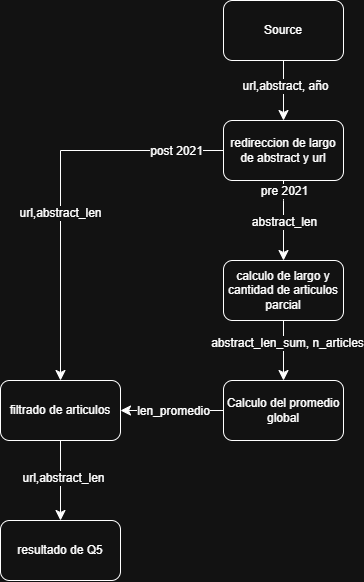
Above: diseño/diagramas/DAG_Q5.png in LuccaMarino/tp-grupal_Distribuidos (draw.io), before the change. Source tidied: cells renumbered, new cells last; positions are measured from the earlier drawing's top-left corner, leaving out a move shared by most shapes.
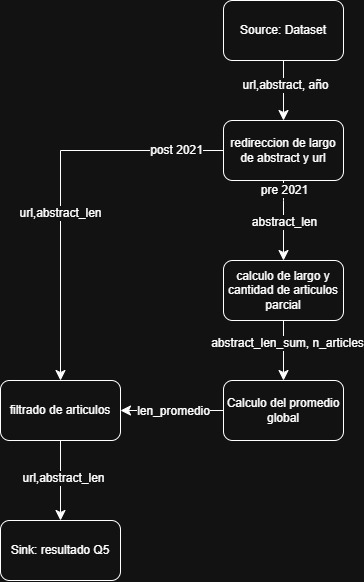
The same file after the commit.

Diff of the diagram source:
```diff
@@ -2,15 +2,15 @@
   <root>
     <mxCell id="0" />
     <mxCell id="1" parent="0" />
-    <mxCell id="2" style="edgeStyle=none;curved=1;rounded=0;curveGeometry=1;jettySize=auto;html=1;fontSize=12;startSize=8;endSize=8;" parent="1" edge="1" source="4" target="8">
-      <mxGeometry relative="1" as="geometry" />
-    </mxCell>
+    <mxCell id="22" style="edgeStyle=none;curved=1;rounded=0;curveGeometry=1;jettySize=auto;html=1;fontSize=12;startSize=8;endSize=8;" parent="1" edge="1" source="23" target="8">
+      <mxGeometry relative="1" as="geometry" />
+    </mxCell>
-    <mxCell id="3" value="url,abstract, año" style="edgeLabel;html=1;align=center;verticalAlign=middle;fontSize=12;" parent="2" vertex="1">
+    <mxCell id="3" value="url,abstract, año" style="edgeLabel;html=1;align=center;verticalAlign=middle;fontSize=12;" parent="22" vertex="1">
       <mxGeometry x="-0.18" y="1" relative="1" as="geometry" />
     </mxCell>
-    <mxCell id="4" value="Source" style="rounded=1;whiteSpace=wrap;html=1;roundedPerimeter=1;" parent="1" vertex="1">
-      <mxGeometry x="223" width="120" height="60" as="geometry" />
-    </mxCell>
+    <mxCell id="23" value="Source: Dataset" style="rounded=1;whiteSpace=wrap;html=1;roundedPerimeter=1;" parent="1" vertex="1">
+      <mxGeometry x="223" width="120" height="60" as="geometry" />
+    </mxCell>
     <mxCell id="5" style="edgeStyle=none;curved=1;rounded=0;curveGeometry=1;jettySize=auto;html=1;fontSize=12;startSize=8;endSize=8;entryX=0.5;entryY=0;entryDx=0;entryDy=0;" parent="1" edge="1" source="8" target="17">
       <mxGeometry relative="1" as="geometry">
         <Array as="points">
@@ -29,12 +29,12 @@
     <mxCell id="8" value="redireccion de largo de abstract y url" style="rounded=1;whiteSpace=wrap;html=1;roundedPerimeter=1;" parent="1" vertex="1">
       <mxGeometry x="223" y="120" width="120" height="60" as="geometry" />
     </mxCell>
-    <mxCell id="9" style="edgeStyle=none;curved=1;rounded=0;curveGeometry=1;jettySize=auto;html=1;entryX=0.5;entryY=0;entryDx=0;entryDy=0;fontSize=12;startSize=8;endSize=8;" parent="1" edge="1" source="11" target="21">
-      <mxGeometry relative="1" as="geometry" />
-    </mxCell>
-    <mxCell id="10" value="url,abstract_len" style="edgeLabel;html=1;align=center;verticalAlign=middle;fontSize=12;" parent="9" vertex="1">
-      <mxGeometry x="-0.08" y="2" relative="1" as="geometry" />
-    </mxCell>
+    <mxCell id="24" style="edgeStyle=none;curved=1;rounded=0;curveGeometry=1;jettySize=auto;html=1;entryX=0.5;entryY=0;entryDx=0;entryDy=0;fontSize=12;startSize=8;endSize=8;" parent="1" edge="1" source="11" target="27">
+      <mxGeometry relative="1" as="geometry" />
+    </mxCell>
+    <mxCell id="25" value="url,abstract_len" style="edgeLabel;html=1;align=center;verticalAlign=middle;fontSize=12;" parent="24" vertex="1">
+      <mxGeometry x="-0.08" y="2" relative="1" as="geometry" />
+    </mxCell>
     <mxCell id="11" value="filtrado de articulos" style="rounded=1;whiteSpace=wrap;html=1;roundedPerimeter=1;" parent="1" vertex="1">
       <mxGeometry y="380" width="120" height="60" as="geometry" />
     </mxCell>
@@ -46,9 +46,9 @@
         <mxPoint x="60" y="2" as="offset" />
       </mxGeometry>
     </mxCell>
-    <mxCell id="14" value="url,abstract_len" style="edgeLabel;html=1;align=center;verticalAlign=middle;fontSize=12;" parent="12" vertex="1">
-      <mxGeometry x="0.15" y="-1" relative="1" as="geometry" />
-    </mxCell>
+    <mxCell id="26" value="url,abstract_len" style="edgeLabel;html=1;align=center;verticalAlign=middle;fontSize=12;" parent="12" vertex="1">
+      <mxGeometry x="0.15" y="-1" relative="1" as="geometry" />
+    </mxCell>
     <mxCell id="15" style="edgeStyle=none;curved=1;rounded=0;curveGeometry=1;jettySize=auto;html=1;fontSize=12;startSize=8;endSize=8;" parent="1" edge="1" source="17" target="20">
       <mxGeometry relative="1" as="geometry" />
     </mxCell>
@@ -69,8 +69,8 @@
     <mxCell id="20" value="Calculo del promedio global" style="rounded=1;whiteSpace=wrap;html=1;roundedPerimeter=1;" parent="1" vertex="1">
       <mxGeometry x="223" y="380" width="120" height="60" as="geometry" />
     </mxCell>
-    <mxCell id="21" value="resultado de Q5" style="rounded=1;whiteSpace=wrap;html=1;roundedPerimeter=1;" parent="1" vertex="1">
-      <mxGeometry y="520" width="120" height="60" as="geometry" />
-    </mxCell>
+    <mxCell id="27" value="Sink: resultado Q5" style="rounded=1;whiteSpace=wrap;html=1;roundedPerimeter=1;" parent="1" vertex="1">
+      <mxGeometry y="520" width="120" height="60" as="geometry" />
+    </mxCell>
   </root>
 </mxGraphModel>
```
